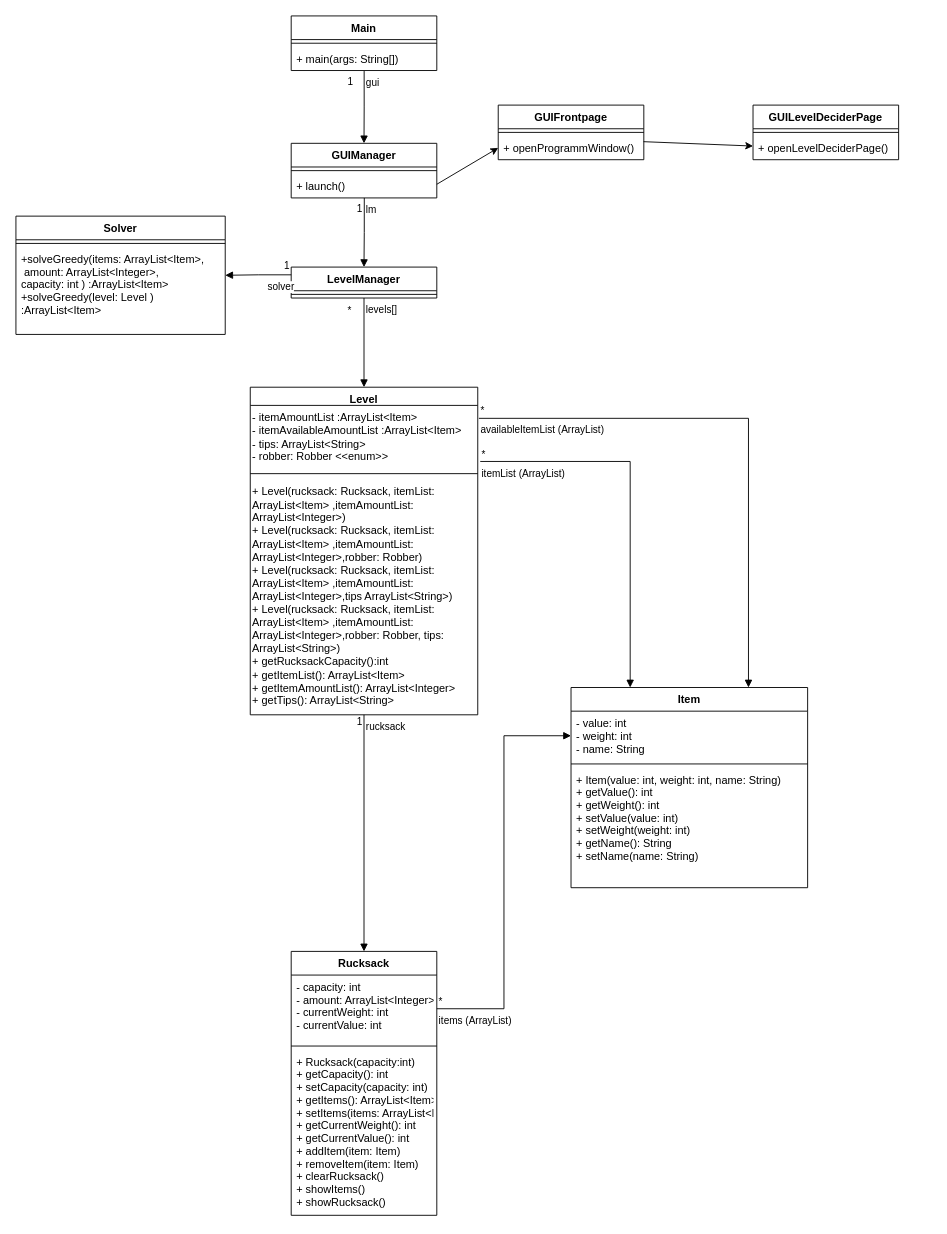
Earlier version of the draw.io diagram Klassendiagramm.drawio (CaroReutin/Teamprojekt). Source tidied: cells renumbered, new cells numbered last; positions are measured from the earlier drawing's top-left corner, leaving out a move shared by most shapes. Both pictures are drawn from the tidied source at 91%, with x=0, y=0 at pixel (15, 15).
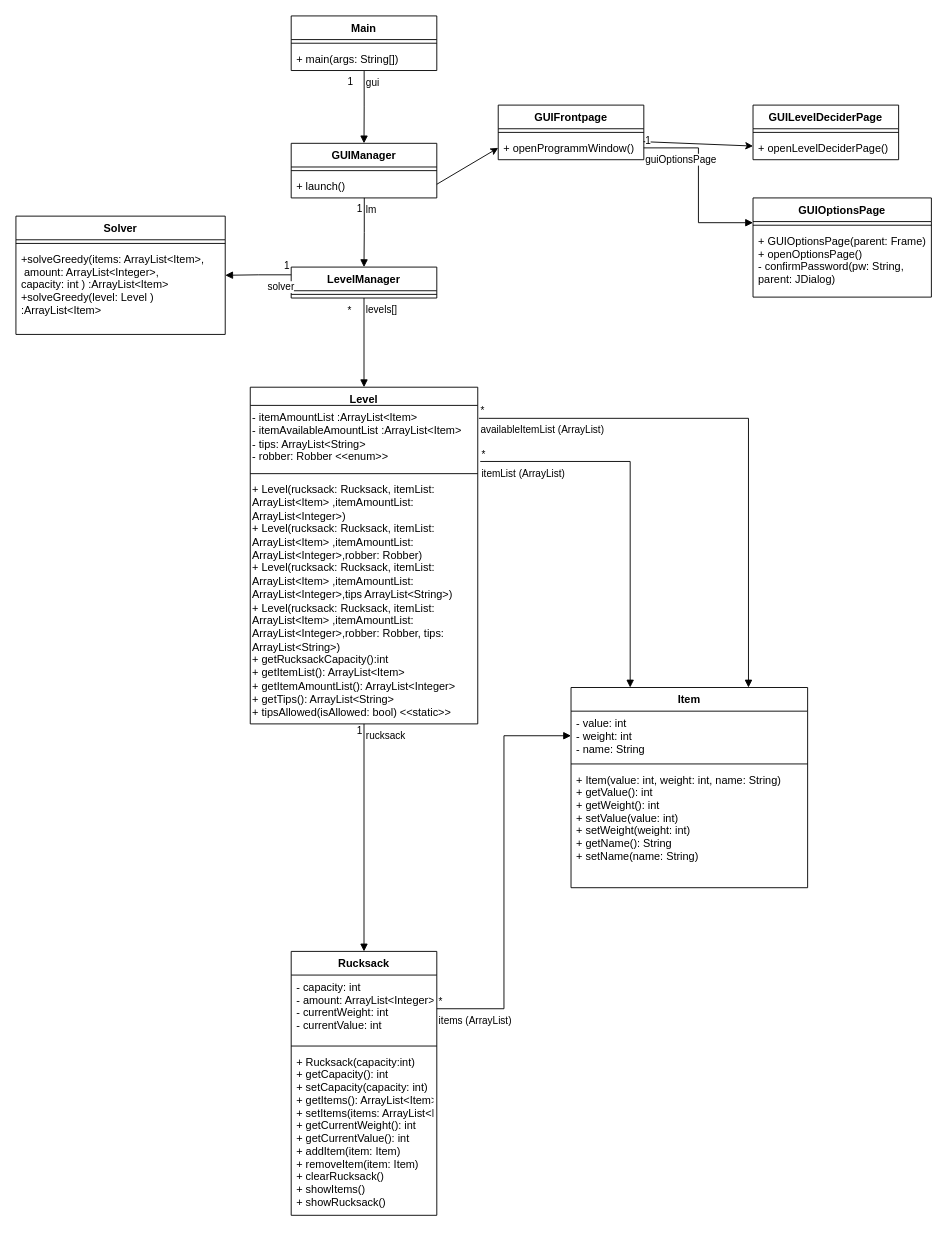
The same diagram, later.

Commit message:
Add GUIOptionsPage Add tipsAllowed to Level

Unchanged cells that the change refers to:
```xml
<mxCell id="43" value="+ openProgrammWindow()" style="text;strokeColor=none;fillColor=none;align=left;verticalAlign=top;spacingLeft=4;spacingRight=4;overflow=hidden;points=[[0,0.5],[1,0.5]];portConstraint=eastwest;" parent="41" vertex="1">
  <mxGeometry y="34" width="160" height="26" as="geometry" />
</mxCell>
```

What changed in the source:
```diff
@@
     <mxCell id="17" value="Level" style="swimlane;fontStyle=1;align=center;verticalAlign=top;horizontal=1;startSize=20;" parent="1" vertex="1">
-      <mxGeometry x="257.5" y="408" width="250" height="360" as="geometry" />
+      <mxGeometry x="257.5" y="408" width="250" height="370" as="geometry" />
     </mxCell>
@@
-    <mxCell id="20" value="&lt;span style=&quot;&quot; class=&quot;pl-smi&quot;&gt;+ Level&lt;/span&gt;&lt;span style=&quot;&quot;&gt;(r&lt;/span&gt;&lt;span style=&quot;&quot; class=&quot;pl-smi&quot;&gt;ucksack:&lt;/span&gt;&lt;span style=&quot;&quot;&gt;&amp;nbsp;R&lt;/span&gt;&lt;span style=&quot;&quot; class=&quot;pl-s1&quot;&gt;ucksack&lt;/span&gt;&lt;span style=&quot;&quot;&gt;,&amp;nbsp;&lt;/span&gt;&lt;span style=&quot;&quot; class=&quot;pl-s1&quot;&gt;itemList:&amp;nbsp;&lt;br&gt;&lt;span class=&quot;pl-smi&quot;&gt;ArrayList&lt;/span&gt;&amp;lt;&lt;span class=&quot;pl-smi&quot;&gt;Item&lt;/span&gt;&amp;gt;&amp;nbsp;&lt;/span&gt;&lt;span style=&quot;&quot;&gt;,&lt;/span&gt;&lt;span style=&quot;&quot; class=&quot;pl-s1&quot;&gt;itemAmountList:&amp;nbsp;&amp;nbsp;&lt;br&gt;&lt;span class=&quot;pl-smi&quot;&gt;ArrayList&lt;/span&gt;&amp;lt;&lt;span class=&quot;pl-smi&quot;&gt;Integer&lt;/span&gt;&amp;gt;&lt;/span&gt;&lt;span style=&quot;&quot;&gt;)&lt;br&gt;&lt;/span&gt;&lt;span style=&quot;&quot; class=&quot;pl-smi&quot;&gt;+ Level&lt;/span&gt;&lt;span style=&quot;&quot;&gt;(r&lt;/span&gt;&lt;span style=&quot;&quot; class=&quot;pl-smi&quot;&gt;ucksack:&lt;/span&gt;&lt;span style=&quot;&quot;&gt;&amp;nbsp;R&lt;/span&gt;&lt;span style=&quot;&quot; class=&quot;pl-s1&quot;&gt;ucksack&lt;/span&gt;&lt;span style=&quot;&quot;&gt;,&amp;nbsp;&lt;/span&gt;&lt;span style=&quot;&quot; class=&quot;pl-s1&quot;&gt;itemList:&amp;nbsp;&lt;br&gt;&lt;span class=&quot;pl-smi&quot;&gt;ArrayList&lt;/span&gt;&amp;lt;&lt;span class=&quot;pl-smi&quot;&gt;Item&lt;/span&gt;&amp;gt;&amp;nbsp;&lt;/span&gt;&lt;span style=&quot;&quot;&gt;,&lt;/span&gt;&lt;span style=&quot;&quot; class=&quot;pl-s1&quot;&gt;itemAmountList:&amp;nbsp;&amp;nbsp;&lt;br&gt;&lt;span class=&quot;pl-smi&quot;&gt;ArrayList&lt;/span&gt;&amp;lt;&lt;span class=&quot;pl-smi&quot;&gt;Integer&lt;/span&gt;&amp;gt;,robber: Robber&lt;/span&gt;&lt;span style=&quot;&quot;&gt;)&lt;br&gt;&lt;/span&gt;&lt;span class=&quot;pl-smi&quot;&gt;+ Level&lt;/span&gt;(r&lt;span class=&quot;pl-smi&quot;&gt;ucksack:&lt;/span&gt;&amp;nbsp;R&lt;span class=&quot;pl-s1&quot;&gt;ucksack&lt;/span&gt;,&amp;nbsp;&lt;span class=&quot;pl-s1&quot;&gt;itemList:&amp;nbsp;&lt;br&gt;&lt;span class=&quot;pl-smi&quot;&gt;ArrayList&lt;/span&gt;&amp;lt;&lt;span class=&quot;pl-smi&quot;&gt;Item&lt;/span&gt;&amp;gt;&amp;nbsp;&lt;/span&gt;,&lt;span class=&quot;pl-s1&quot;&gt;itemAmountList:&amp;nbsp;&amp;nbsp;&lt;br&gt;&lt;span class=&quot;pl-smi&quot;&gt;ArrayList&lt;/span&gt;&amp;lt;&lt;span class=&quot;pl-smi&quot;&gt;Integer&lt;/span&gt;&amp;gt;,tips ArrayList&amp;lt;String&amp;gt;&lt;/span&gt;)&lt;br&gt;&lt;span class=&quot;pl-smi&quot;&gt;+ Level&lt;/span&gt;(r&lt;span class=&quot;pl-smi&quot;&gt;ucksack:&lt;/span&gt;&amp;nbsp;R&lt;span class=&quot;pl-s1&quot;&gt;ucksack&lt;/span&gt;,&amp;nbsp;&lt;span class=&quot;pl-s1&quot;&gt;itemList:&amp;nbsp;&lt;br&gt;&lt;span class=&quot;pl-smi&quot;&gt;ArrayList&lt;/span&gt;&amp;lt;&lt;span class=&quot;pl-smi&quot;&gt;Item&lt;/span&gt;&amp;gt;&amp;nbsp;&lt;/span&gt;,&lt;span class=&quot;pl-s1&quot;&gt;itemAmountList:&amp;nbsp;&amp;nbsp;&lt;br&gt;&lt;span class=&quot;pl-smi&quot;&gt;ArrayList&lt;/span&gt;&amp;lt;&lt;span class=&quot;pl-smi&quot;&gt;Integer&lt;/span&gt;&amp;gt;,robber: Robber, tips: &lt;br&gt;ArrayList&amp;lt;String&amp;gt;&lt;/span&gt;)&lt;br&gt;&lt;span style=&quot;&quot;&gt;+ g&lt;/span&gt;&lt;span class=&quot;pl-en&quot;&gt;etRucksackCapacity&lt;/span&gt;():int&lt;br&gt;&lt;span style=&quot;&quot;&gt;+ getItemList(): ArrayList&amp;lt;Item&amp;gt;&lt;br&gt;+ getItemAmountList(): ArrayList&amp;lt;Integer&amp;gt;&lt;br&gt;+ getTips(): ArrayList&amp;lt;String&amp;gt;&lt;br&gt;&lt;/span&gt;" style="text;html=1;align=left;verticalAlign=middle;strokeColor=none;fillColor=none;" parent="17" vertex="1">
-      <mxGeometry y="100" width="250" height="260" as="geometry" />
+    <mxCell id="20" value="&lt;span style=&quot;&quot; class=&quot;pl-smi&quot;&gt;+ Level&lt;/span&gt;&lt;span style=&quot;&quot;&gt;(r&lt;/span&gt;&lt;span style=&quot;&quot; class=&quot;pl-smi&quot;&gt;ucksack:&lt;/span&gt;&lt;span style=&quot;&quot;&gt;&amp;nbsp;R&lt;/span&gt;&lt;span style=&quot;&quot; class=&quot;pl-s1&quot;&gt;ucksack&lt;/span&gt;&lt;span style=&quot;&quot;&gt;,&amp;nbsp;&lt;/span&gt;&lt;span style=&quot;&quot; class=&quot;pl-s1&quot;&gt;itemList:&amp;nbsp;&lt;br&gt;&lt;span class=&quot;pl-smi&quot;&gt;ArrayList&lt;/span&gt;&amp;lt;&lt;span class=&quot;pl-smi&quot;&gt;Item&lt;/span&gt;&amp;gt;&amp;nbsp;&lt;/span&gt;&lt;span style=&quot;&quot;&gt;,&lt;/span&gt;&lt;span style=&quot;&quot; class=&quot;pl-s1&quot;&gt;itemAmountList:&amp;nbsp;&amp;nbsp;&lt;br&gt;&lt;span class=&quot;pl-smi&quot;&gt;ArrayList&lt;/span&gt;&amp;lt;&lt;span class=&quot;pl-smi&quot;&gt;Integer&lt;/span&gt;&amp;gt;&lt;/span&gt;&lt;span style=&quot;&quot;&gt;)&lt;br&gt;&lt;/span&gt;&lt;span style=&quot;&quot; class=&quot;pl-smi&quot;&gt;+ Level&lt;/span&gt;&lt;span style=&quot;&quot;&gt;(r&lt;/span&gt;&lt;span style=&quot;&quot; class=&quot;pl-smi&quot;&gt;ucksack:&lt;/span&gt;&lt;span style=&quot;&quot;&gt;&amp;nbsp;R&lt;/span&gt;&lt;span style=&quot;&quot; class=&quot;pl-s1&quot;&gt;ucksack&lt;/span&gt;&lt;span style=&quot;&quot;&gt;,&amp;nbsp;&lt;/span&gt;&lt;span style=&quot;&quot; class=&quot;pl-s1&quot;&gt;itemList:&amp;nbsp;&lt;br&gt;&lt;span class=&quot;pl-smi&quot;&gt;ArrayList&lt;/span&gt;&amp;lt;&lt;span class=&quot;pl-smi&quot;&gt;Item&lt;/span&gt;&amp;gt;&amp;nbsp;&lt;/span&gt;&lt;span style=&quot;&quot;&gt;,&lt;/span&gt;&lt;span style=&quot;&quot; class=&quot;pl-s1&quot;&gt;itemAmountList:&amp;nbsp;&amp;nbsp;&lt;br&gt;&lt;span class=&quot;pl-smi&quot;&gt;ArrayList&lt;/span&gt;&amp;lt;&lt;span class=&quot;pl-smi&quot;&gt;Integer&lt;/span&gt;&amp;gt;,robber: Robber&lt;/span&gt;&lt;span style=&quot;&quot;&gt;)&lt;br&gt;&lt;/span&gt;&lt;span class=&quot;pl-smi&quot;&gt;+ Level&lt;/span&gt;(r&lt;span class=&quot;pl-smi&quot;&gt;ucksack:&lt;/span&gt;&amp;nbsp;R&lt;span class=&quot;pl-s1&quot;&gt;ucksack&lt;/span&gt;,&amp;nbsp;&lt;span class=&quot;pl-s1&quot;&gt;itemList:&amp;nbsp;&lt;br&gt;&lt;span class=&quot;pl-smi&quot;&gt;ArrayList&lt;/span&gt;&amp;lt;&lt;span class=&quot;pl-smi&quot;&gt;Item&lt;/span&gt;&amp;gt;&amp;nbsp;&lt;/span&gt;,&lt;span class=&quot;pl-s1&quot;&gt;itemAmountList:&amp;nbsp;&amp;nbsp;&lt;br&gt;&lt;span class=&quot;pl-smi&quot;&gt;ArrayList&lt;/span&gt;&amp;lt;&lt;span class=&quot;pl-smi&quot;&gt;Integer&lt;/span&gt;&amp;gt;,tips ArrayList&amp;lt;String&amp;gt;&lt;/span&gt;)&lt;br&gt;&lt;span class=&quot;pl-smi&quot;&gt;+ Level&lt;/span&gt;(r&lt;span class=&quot;pl-smi&quot;&gt;ucksack:&lt;/span&gt;&amp;nbsp;R&lt;span class=&quot;pl-s1&quot;&gt;ucksack&lt;/span&gt;,&amp;nbsp;&lt;span class=&quot;pl-s1&quot;&gt;itemList:&amp;nbsp;&lt;br&gt;&lt;span class=&quot;pl-smi&quot;&gt;ArrayList&lt;/span&gt;&amp;lt;&lt;span class=&quot;pl-smi&quot;&gt;Item&lt;/span&gt;&amp;gt;&amp;nbsp;&lt;/span&gt;,&lt;span class=&quot;pl-s1&quot;&gt;itemAmountList:&amp;nbsp;&amp;nbsp;&lt;br&gt;&lt;span class=&quot;pl-smi&quot;&gt;ArrayList&lt;/span&gt;&amp;lt;&lt;span class=&quot;pl-smi&quot;&gt;Integer&lt;/span&gt;&amp;gt;,robber: Robber, tips: &lt;br&gt;ArrayList&amp;lt;String&amp;gt;&lt;/span&gt;)&lt;br&gt;&lt;span style=&quot;&quot;&gt;+ g&lt;/span&gt;&lt;span class=&quot;pl-en&quot;&gt;etRucksackCapacity&lt;/span&gt;():int&lt;br&gt;&lt;span style=&quot;&quot;&gt;+ getItemList(): ArrayList&amp;lt;Item&amp;gt;&lt;br&gt;+ getItemAmountList(): ArrayList&amp;lt;Integer&amp;gt;&lt;br&gt;+ getTips(): ArrayList&amp;lt;String&amp;gt;&lt;br&gt;+ tipsAllowed(isAllowed: bool) &amp;lt;&amp;lt;static&amp;gt;&amp;gt;&lt;br&gt;&lt;/span&gt;" style="text;html=1;align=left;verticalAlign=middle;strokeColor=none;fillColor=none;" parent="17" vertex="1">
+      <mxGeometry y="100" width="250" height="270" as="geometry" />
     </mxCell>
@@
+    <mxCell id="49" value="GUIOptionsPage" style="swimlane;fontStyle=1;align=center;verticalAlign=top;horizontal=1;startSize=26;" parent="1" vertex="1">
+      <mxGeometry x="810" y="200" width="196" height="109" as="geometry" />
+    </mxCell>
+    <mxCell id="50" style="line;strokeWidth=1;fillColor=none;align=left;verticalAlign=middle;spacingTop=-1;spacingLeft=3;spacingRight=3;labelPosition=right;strokeColor=inherit;" parent="49" vertex="1">
+      <mxGeometry y="26" width="196" height="8" as="geometry" />
+    </mxCell>
+    <mxCell id="51" value="+ GUIOptionsPage(parent: Frame)&#10;+ openOptionsPage()&#10;- confirmPassword(pw: String, &#10;parent: JDialog)" style="text;strokeColor=none;fillColor=none;align=left;verticalAlign=top;spacingLeft=4;spacingRight=4;overflow=hidden;" parent="49" vertex="1">
+      <mxGeometry y="34" width="196" height="75" as="geometry" />
+    </mxCell>
+    <mxCell id="52" value="guiOptionsPage" style="endArrow=block;endFill=1;html=1;edgeStyle=orthogonalEdgeStyle;align=left;verticalAlign=top;rounded=0;exitX=1;exitY=0.5;exitDx=0;exitDy=0;entryX=0;entryY=0.25;entryDx=0;entryDy=0;" parent="1" edge="1" source="43" target="49">
+      <mxGeometry x="-1" relative="1" as="geometry" />
+    </mxCell>
+    <mxCell id="53" value="1" style="edgeLabel;html=1;align=left;verticalAlign=bottom;" parent="52" vertex="1">
+      <mxGeometry x="-1" relative="1" as="geometry" />
+    </mxCell>
```
